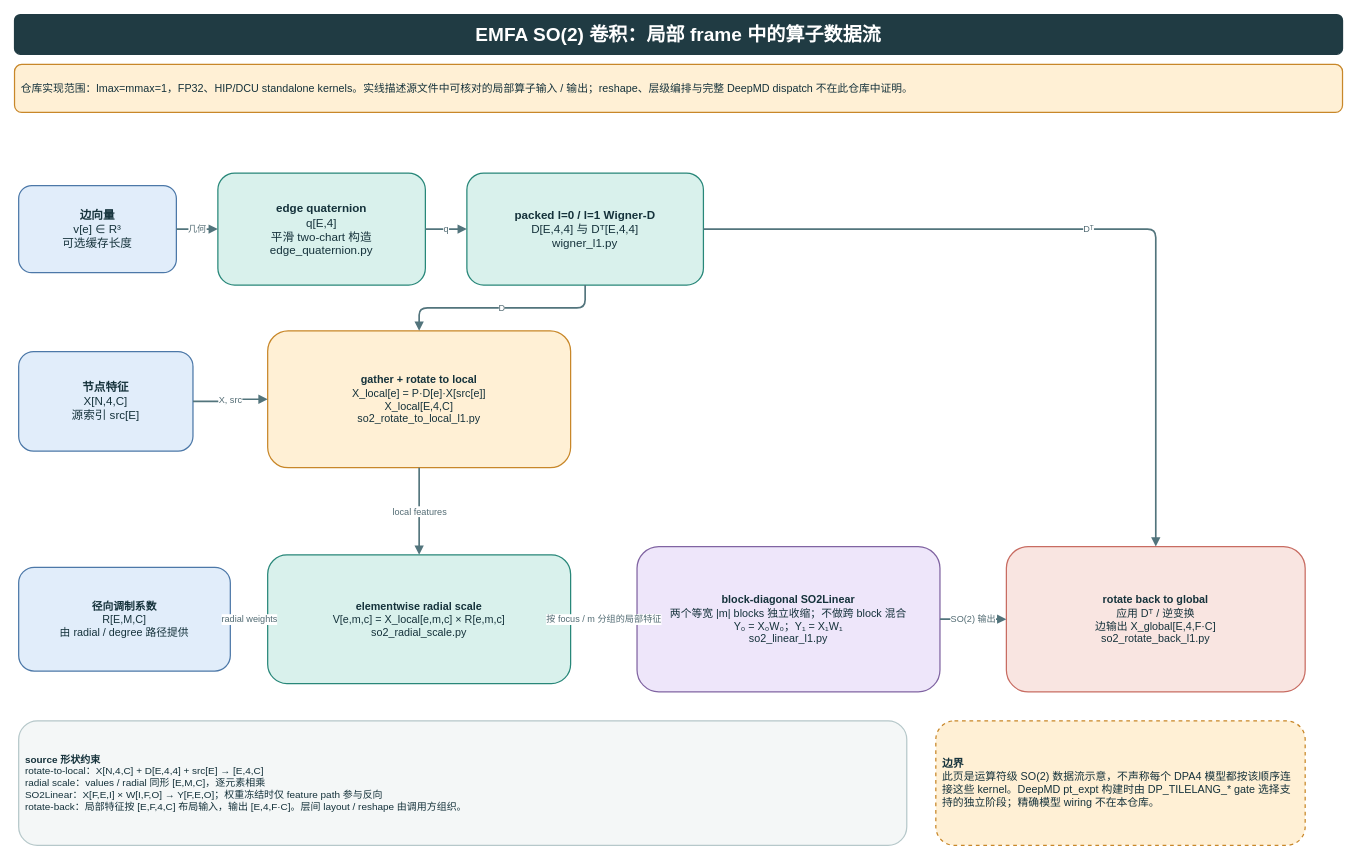
This is page "EMFA SO(2)" (3 of 4) of doc/dpa4-model-architecture.drawio from lipengfei1409/bysj, a draw.io file, before an edit. Source tidied: cells renumbered, new cells numbered last; positions are measured from the earlier drawing's top-left corner, leaving out a move shared by most shapes. Both pictures are drawn from the tidied source at 83%, with x=0, y=0 at pixel (14, 14).
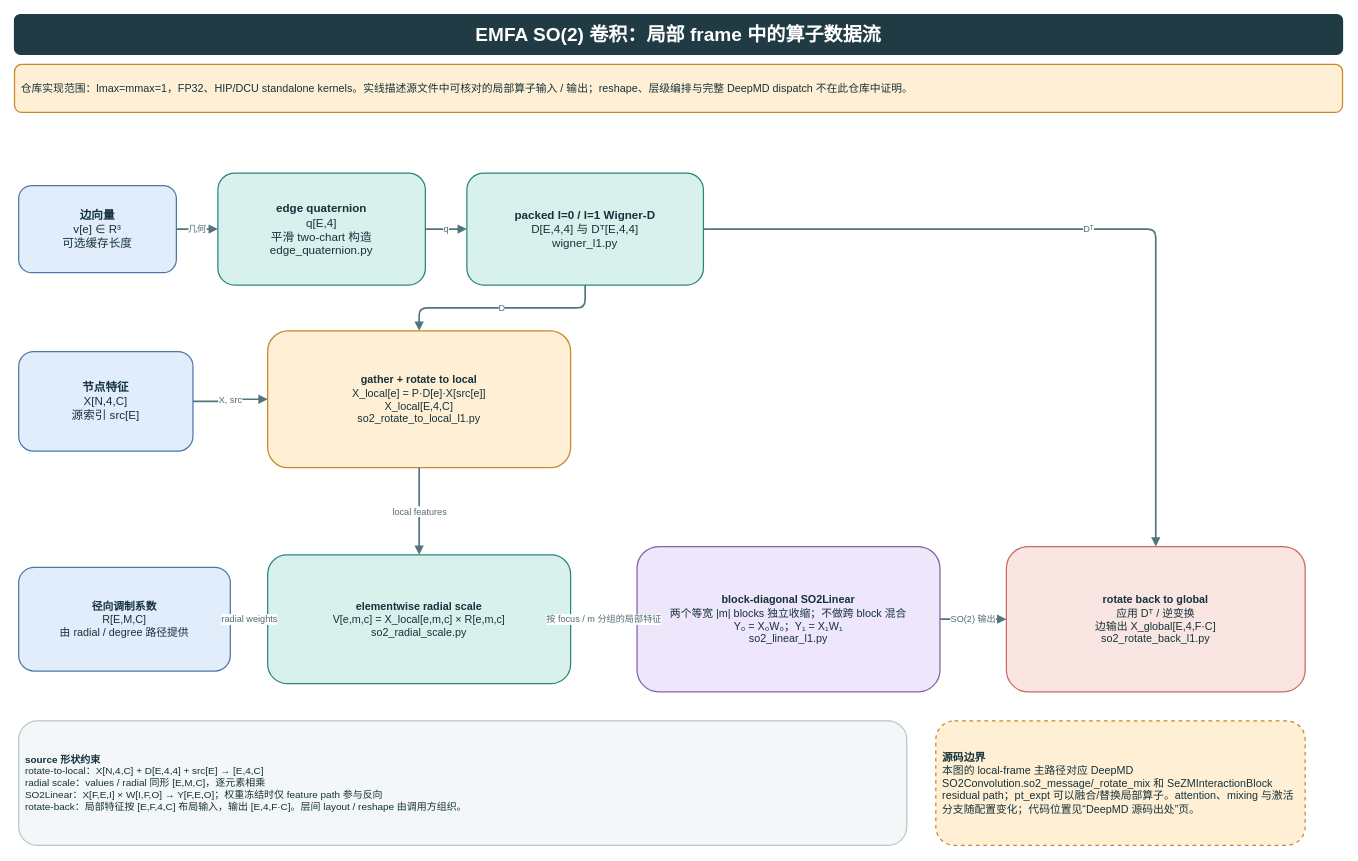
The same diagram, later.

What changed in the source:
```diff
@@
-    <mxCell id="23" value="&lt;b&gt;边界&lt;/b&gt;&lt;br&gt;此页是运算符级 SO(2) 数据流示意，不声称每个 DPA4 模型都按该顺序连接这些 kernel。DeepMD pt_expt 构建时由 DP_TILELANG_* gate 选择支持的独立阶段；精确模型 wiring 不在本仓库。" style="rounded=1;whiteSpace=wrap;html=1;fillColor=#FFF0D5;strokeColor=#C88729;fontColor=#15323B;fontSize=13;align=left;verticalAlign=middle;spacing=8;fontStyle=0;dashed=1;strokeWidth=1.5;" parent="1" vertex="1">
+    <mxCell id="23" value="&lt;b&gt;源码边界&lt;/b&gt;&lt;br&gt;本图的 local-frame 主路径对应 DeepMD SO2Convolution.so2_message/_rotate_mix 和 SeZMInteractionBlock residual path；pt_expt 可以融合/替换局部算子。attention、mixing 与激活分支随配置变化；代码位置见“DeepMD 源码出处”页。" style="rounded=1;whiteSpace=wrap;html=1;fillColor=#FFF0D5;strokeColor=#C88729;fontColor=#15323B;fontSize=13;align=left;verticalAlign=middle;spacing=8;fontStyle=0;dashed=1;strokeWidth=1.5;" parent="1" vertex="1">
       <mxGeometry x="1110" y="851" width="445" height="150" as="geometry" />
     </mxCell>
```
